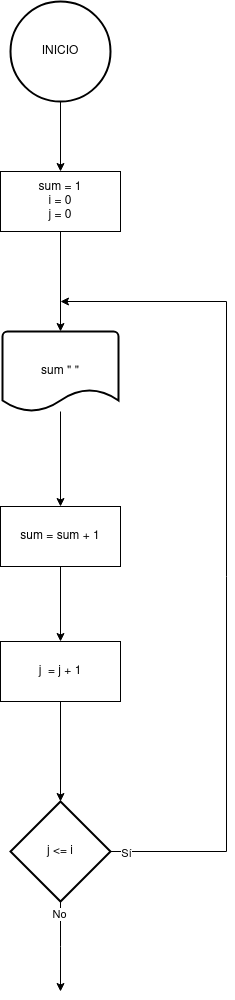
Before: unidad-1/tareas/Tarea3/images/diagrama-tarea3-01.png, a diagram exported from draw.io (mackstm/programacion). Source tidied: cells renumbered, new cells last; positions are measured from the earlier drawing's top-left corner, leaving out a move shared by most shapes.
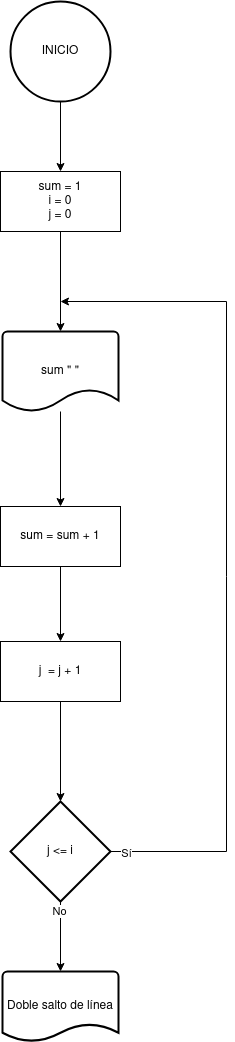
The same diagram one commit later.

What changed in the source:
```diff
@@ -35,10 +35,8 @@
     <mxCell id="10" value="Sí" style="edgeLabel;html=1;align=center;verticalAlign=middle;" parent="9" vertex="1">
       <mxGeometry x="-0.96" y="-2" relative="1" as="geometry" />
     </mxCell>
-    <mxCell id="11" style="edgeStyle=orthogonalEdgeStyle;rounded=0;jettySize=auto;html=1;" parent="1" edge="1" source="13">
-      <mxGeometry relative="1" as="geometry">
-        <mxPoint x="60" y="990" as="targetPoint" />
-      </mxGeometry>
+    <mxCell id="11" style="edgeStyle=orthogonalEdgeStyle;rounded=0;jettySize=auto;html=1;" parent="1" edge="1" source="13" target="17">
+      <mxGeometry relative="1" as="geometry" />
     </mxCell>
     <mxCell id="12" value="No" style="edgeLabel;html=1;align=center;verticalAlign=middle;" parent="11" vertex="1">
       <mxGeometry x="-0.73" y="-1" relative="1" as="geometry" />
@@ -55,5 +53,8 @@
     <mxCell id="16" value="j&amp;nbsp; = j + 1" style="rounded=0;whiteSpace=wrap;html=1;" parent="1" vertex="1">
       <mxGeometry y="640" width="120" height="60" as="geometry" />
     </mxCell>
+    <mxCell id="17" value="Doble salto de línea" style="strokeWidth=2;html=1;shape=mxgraph.flowchart.document2;whiteSpace=wrap;size=0.25;" parent="1" vertex="1">
+      <mxGeometry x="2" y="970" width="116" height="70" as="geometry" />
+    </mxCell>
   </root>
 </mxGraphModel>
```
